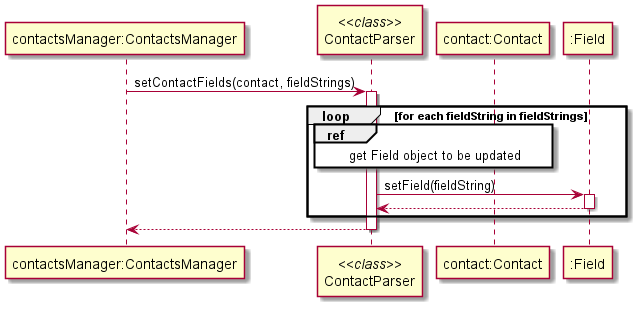
nus-cs2113-AY2122S2/tp keeps this PlantUML diagram as docs/images/ContactSetFieldsSequence.png. Above is the earlier version.
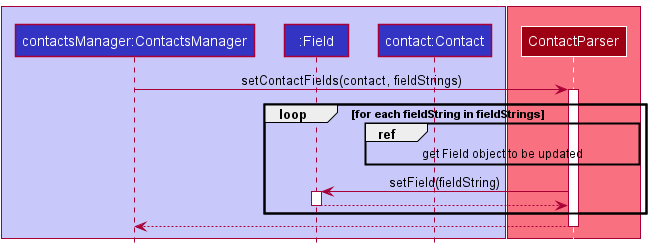
Later version of the same file.

Commit message:
Update DG for contacts with class diagram

Diff of the diagram source:
```diff
@@ -1,10 +1,16 @@
 @startuml
 !include Style.puml
 
-participant "contactsManager:ContactsManager"
-participant  "ContactParser" <<class>>
-participant "contact:Contact"
-participant ":Field"
+box LOGIC_COLOR_T1
+participant "contactsManager:ContactsManager" LOGIC_COLOR
+participant ":Field" LOGIC_COLOR
+participant "contact:Contact" LOGIC_COLOR
+end box
+
+
+box  MODEL_COLOR_T1
+participant  "ContactParser" <<class>> MODEL_COLOR
+end box
 
 "contactsManager:ContactsManager" -> "ContactParser" : setContactFields(contact, fieldStrings)
 activate "ContactParser"
```
